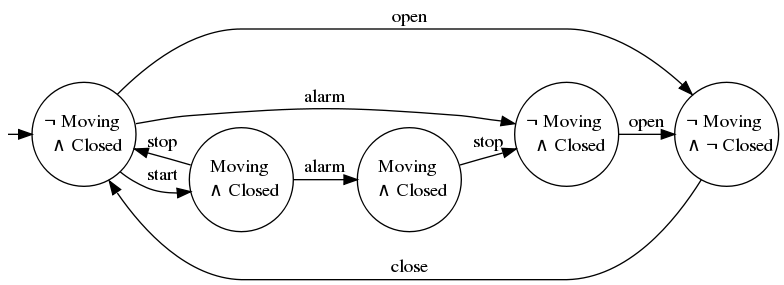
The Graphviz diagram writing/src/2-framework/images/decorating-lts.png in blambeau/phd, before a commit. Its source is kept beside it as writing/src/2-framework/images/decorating-lts.dot.
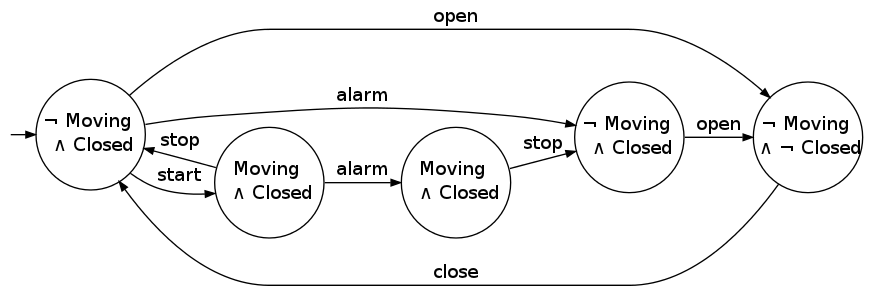
After the commit.

What changed in the source:
```diff
@@ -1,13 +1,18 @@
 digraph G {
-    graph [rankdir="LR" ranksep=0];
-    node [color="black" fillcolor="white" shape="circle" style="filled"  fixedsize=true width=1.1]
-    zz [label="" color="white" fillcolor="white" shape="circle" style="filled" fixedsize=true width=0.0];
+  graph [pack=true rankdir=LR ranksep=0 margin=0];
+  node [shape=circle color=black width=1.15 height=1.15 fixedsize=true]
+  edge [arrowsize=0.7]
+
+  zz [label="" color="white" fillcolor="white" shape="circle" style="filled"
+      width=0.05 height=0.05 fixedsize=true ];
+  zz -> 0 [label=""];
+
     0 [label="&not; Moving \n &and; Closed"]
     1 [label="Moving \n &and; Closed"]
     4 [label="&not; Moving \n &and; &not; Closed"]
     2 [label="Moving \n &and; Closed"]
     3 [label="&not; Moving \n &and; Closed"]
-    zz -> 0 [label=""];
+
     0 -> 1 [label="start"]
     1 -> 0 [label="stop"]
     0 -> 4 [label="open"]
```
